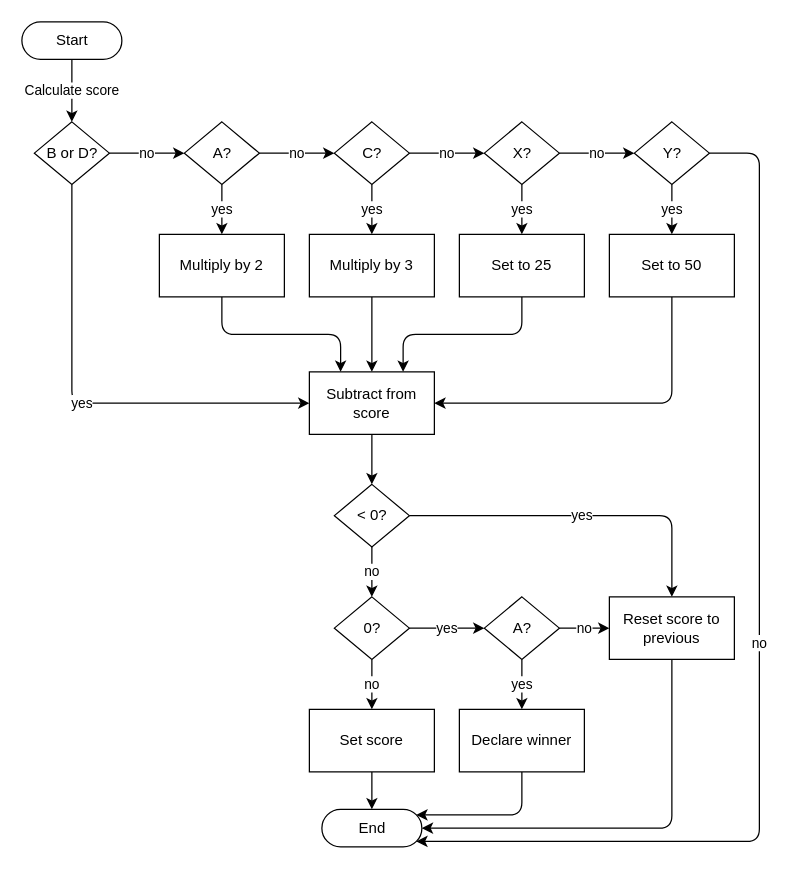
Earlier version of the draw.io diagram page "'501' Game Logic" (7 of 10) of documentation/Dart_Scoring_System_Schematics.drawio (kparlak/dart-scoring-system). Source tidied: cells renumbered, new cells numbered last; positions are measured from the earlier drawing's top-left corner, leaving out a move shared by most shapes. Both pictures are drawn from the tidied source at 125%, with x=0, y=0 at pixel (21, 21).
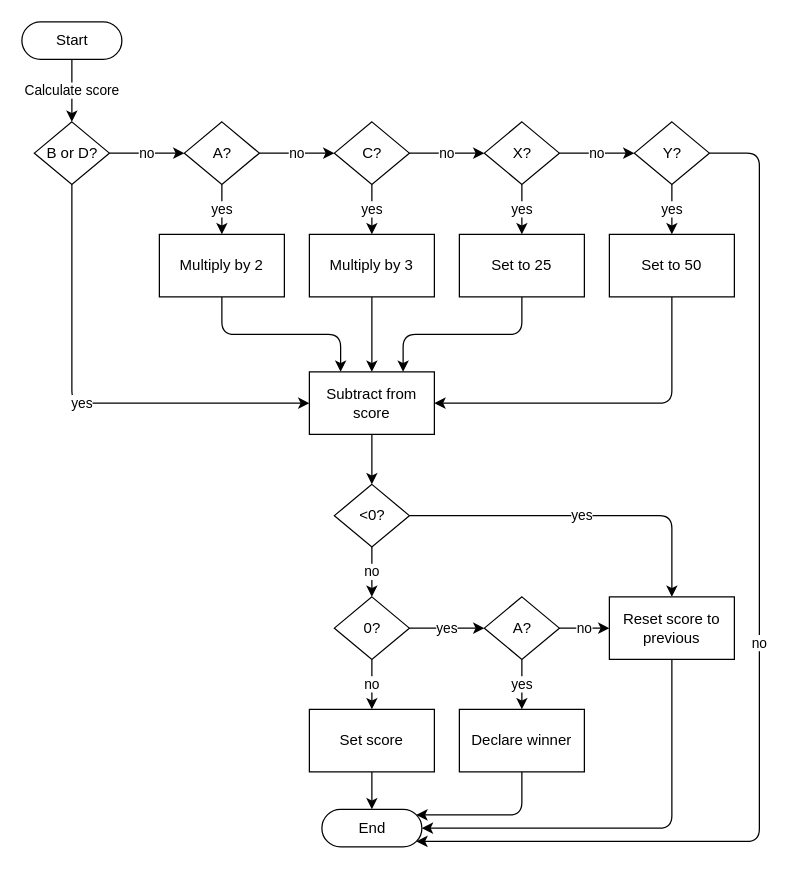
The same diagram, later.

Change to the diagram source:
```diff
@@
-    <mxCell id="42" value="&amp;lt; 0?" style="shape=rhombus;html=1;dashed=0;whitespace=wrap;perimeter=rhombusPerimeter;" parent="1" vertex="1">
+    <mxCell id="42" value="&amp;lt;0?" style="shape=rhombus;html=1;dashed=0;whitespace=wrap;perimeter=rhombusPerimeter;" parent="1" vertex="1">
       <mxGeometry x="250" y="370" width="60" height="50" as="geometry" />
     </mxCell>
```
